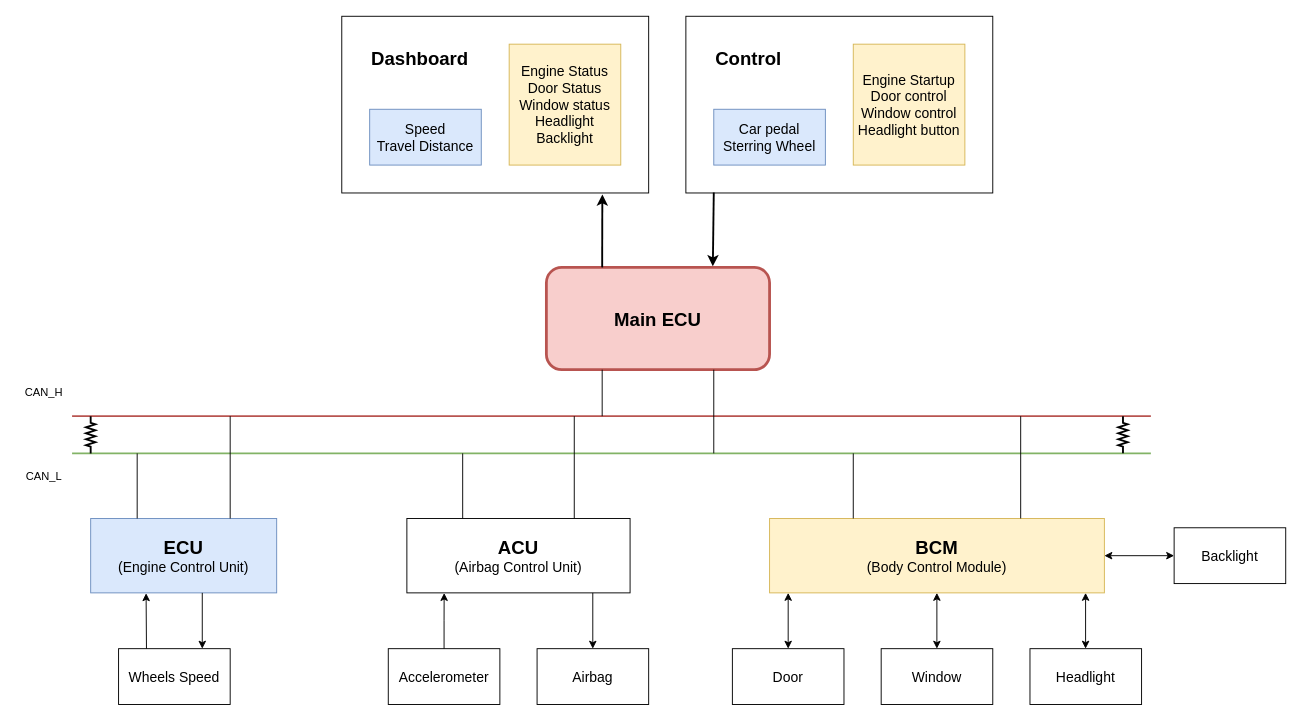
Earlier version of the draw.io diagram DeviceNetworkFinal.drawio (lukas0173/Draw.io). Source tidied: cells renumbered, new cells numbered last; positions are measured from the earlier drawing's top-left corner, leaving out a move shared by most shapes. Both pictures are drawn from the tidied source at 93%, with x=0, y=0 at pixel (16, 16).
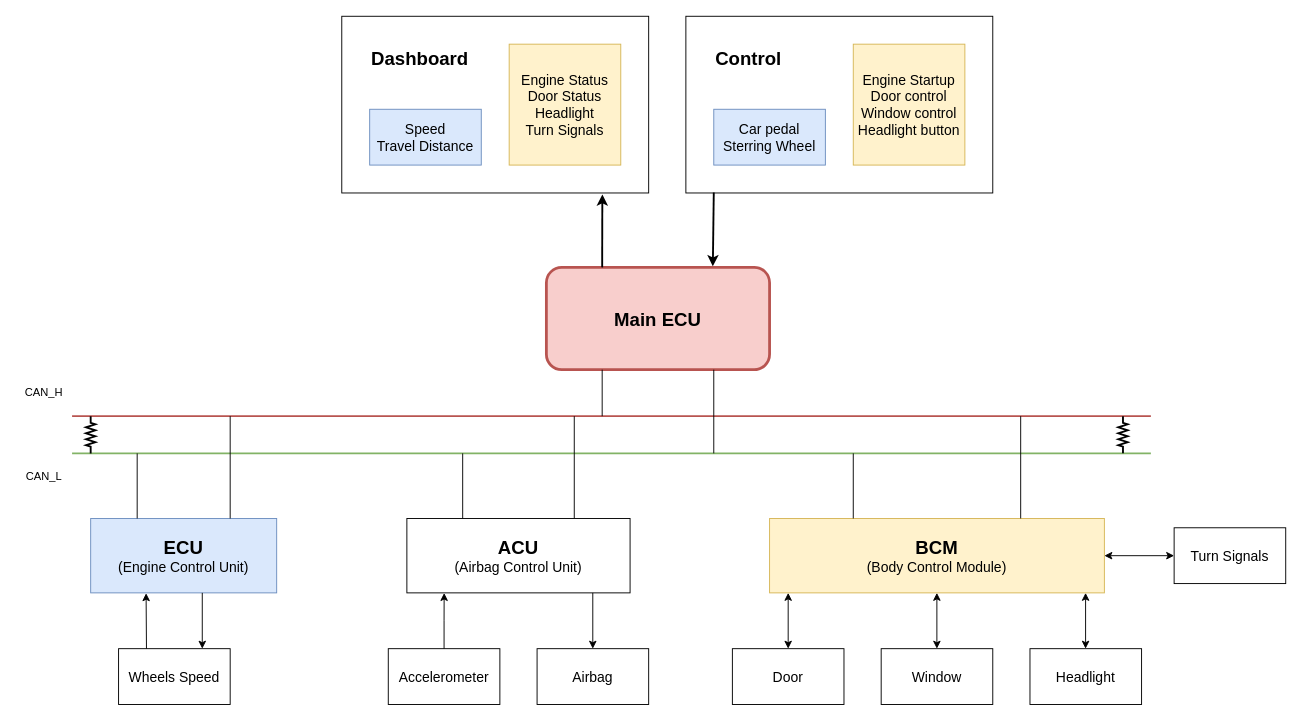
The same page after the edit.

Diff of the diagram source:
```diff
@@
-    <mxCell id="6" value="&lt;div&gt;&lt;div&gt;Engine Status&lt;/div&gt;Door Status&lt;div&gt;Window status&lt;/div&gt;&lt;/div&gt;Headlight&lt;div&gt;Backlight&lt;/div&gt;" style="rounded=0;whiteSpace=wrap;html=1;fillColor=#fff2cc;strokeColor=#d6b656;fontSize=15;" parent="1" vertex="1">
+    <mxCell id="6" value="&lt;div&gt;&lt;div&gt;Engine Status&lt;/div&gt;Door Status&lt;/div&gt;Headlight&lt;div&gt;Turn Signals&lt;/div&gt;" style="rounded=0;whiteSpace=wrap;html=1;fillColor=#fff2cc;strokeColor=#d6b656;fontSize=15;" parent="1" vertex="1">
       <mxGeometry x="530" y="30" width="120" height="130" as="geometry" />
     </mxCell>
@@
-    <mxCell id="30" value="&lt;font style=&quot;font-size: 15px;&quot;&gt;Backlight&lt;/font&gt;" style="rounded=0;whiteSpace=wrap;html=1;" parent="1" vertex="1">
+    <mxCell id="30" value="&lt;font style=&quot;font-size: 15px;&quot;&gt;Turn Signals&lt;/font&gt;" style="rounded=0;whiteSpace=wrap;html=1;" parent="1" vertex="1">
       <mxGeometry x="1245" y="550" width="120" height="60" as="geometry" />
     </mxCell>
```
